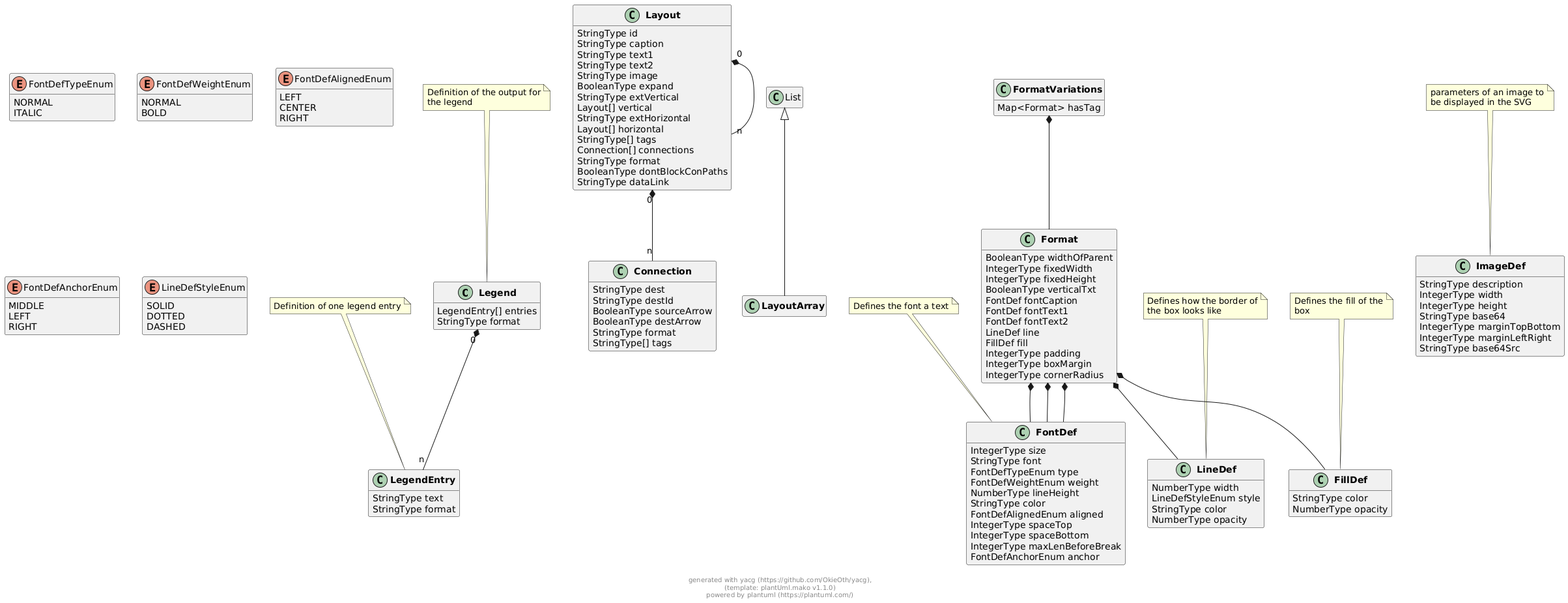
OkieOth/draw.chart.things keeps this PlantUML diagram as docs/models/png/externals.png. Above is the earlier version.
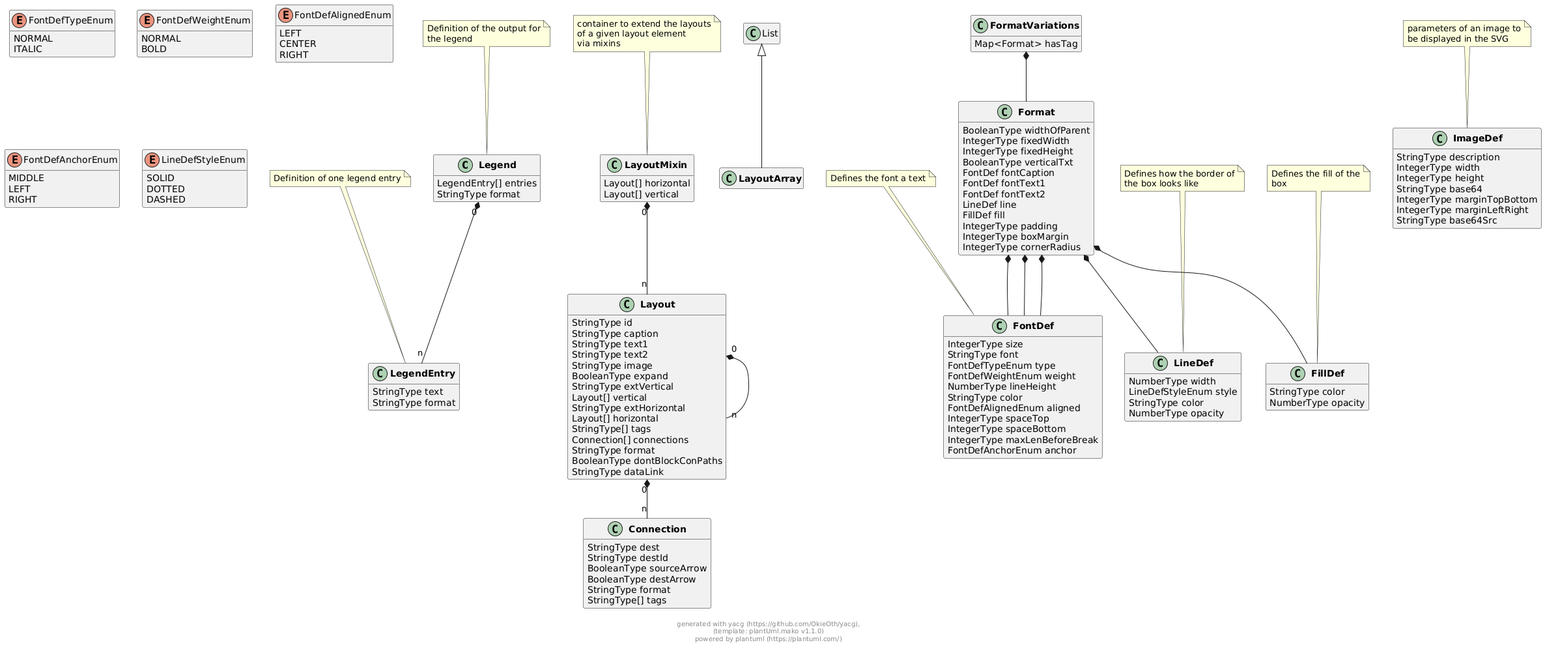
The same diagram one commit later.

What changed in the source:
```diff
@@ -50,6 +50,14 @@
         StringType format
         StringType[] tags
 }
+
+
+
+class "**LayoutMixin**" as LayoutMixin {
+        Layout[] horizontal
+        Layout[] vertical
+}
+note top: container to extend the layouts\nof a given layout element\nvia mixins
 
 
 
@@ -188,6 +196,10 @@
 
 
 
+LayoutMixin "0" *-- "n" Layout
+
+
+
 
 
 
```
